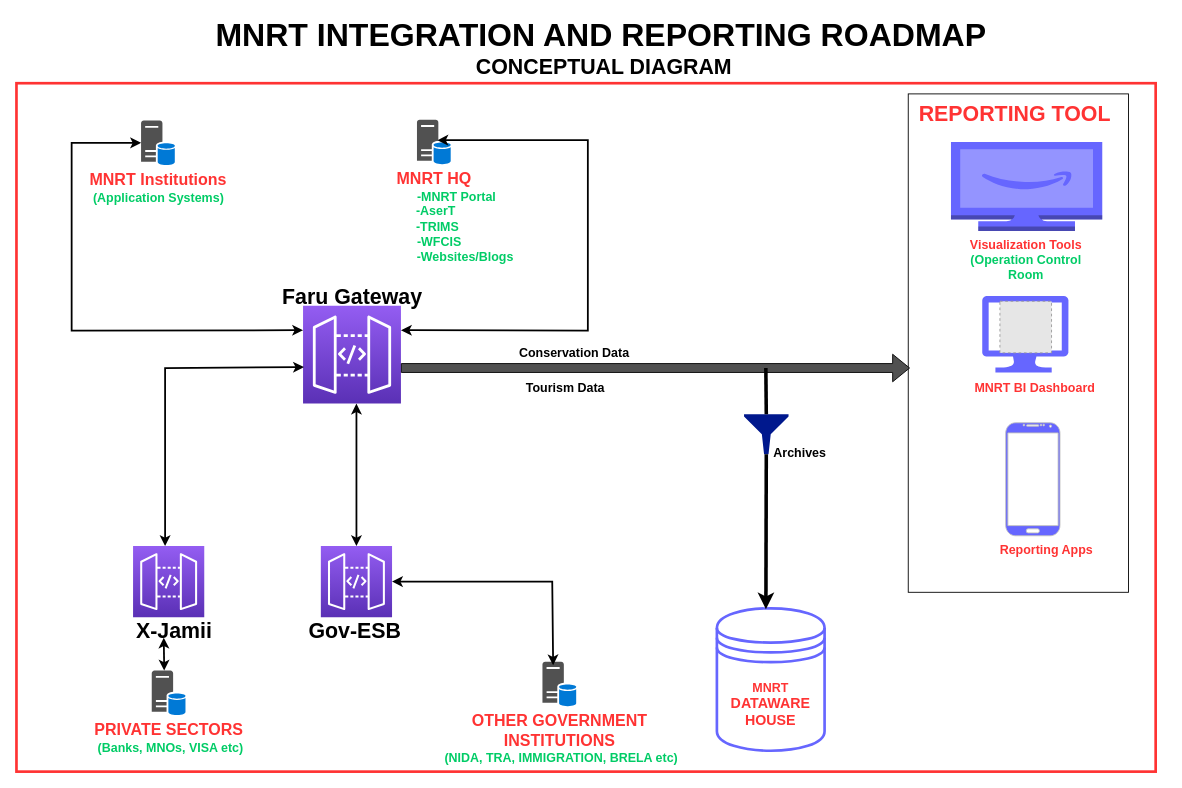
The draw.io diagram faru-gateway-sketch-template.drawio in MbalamulaS/tech-diagrams, before the edit. Source tidied: cells renumbered, new cells numbered last; positions are measured from the earlier drawing's top-left corner, leaving out a move shared by most shapes. Both pictures are drawn from the tidied source at 89%, with x=0, y=0 at pixel (16, 20). Pictures stored in the file or linked from it are replaced by grey dashed boxes.
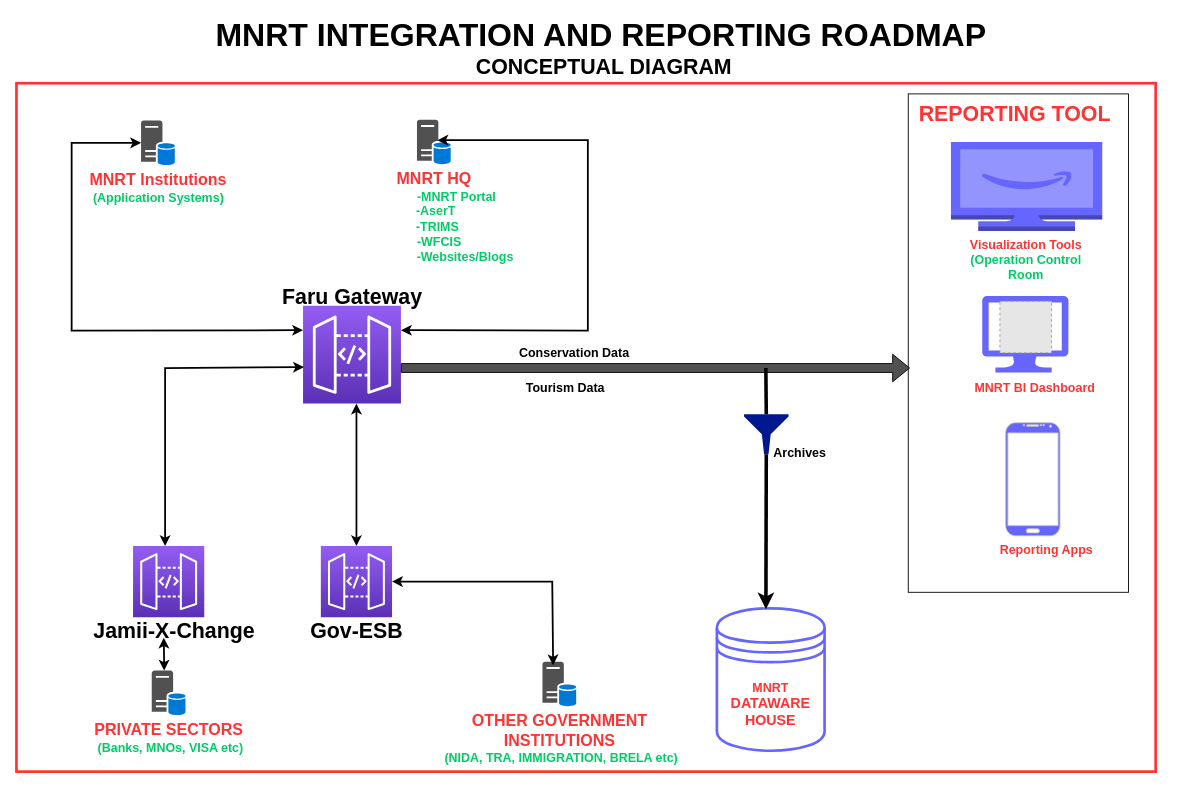
The same diagram, later.

The edit, as a diff of the source:
```diff
@@
     <mxCell id="11" value="&lt;font style=&quot;font-size: 24px;&quot;&gt;&lt;b&gt;Gov-ESB&lt;/b&gt;&lt;/font&gt;" style="text;html=1;align=center;verticalAlign=middle;strokeColor=none;fillColor=none;color=ffffff;" parent="1" vertex="1">
-      <mxGeometry x="315" y="666" width="130" height="40" as="geometry" />
+      <mxGeometry x="317" y="666" width="130" height="40" as="geometry" />
     </mxCell>
@@
-    <mxCell id="34" value="&lt;font style=&quot;font-size: 24px;&quot;&gt;&lt;b&gt;X-Jamii&lt;/b&gt;&lt;/font&gt;" style="text;html=1;align=center;verticalAlign=middle;strokeColor=none;fillColor=none;color=ffffff;" parent="1" vertex="1">
-      <mxGeometry x="122" y="666" width="110" height="40" as="geometry" />
+    <mxCell id="34" value="&lt;font style=&quot;font-size: 24px;&quot;&gt;&lt;b&gt;Jamii-&lt;/b&gt;&lt;/font&gt;&lt;font style=&quot;font-size: 24px;&quot;&gt;&lt;b&gt;X-Change&lt;/b&gt;&lt;/font&gt;" style="text;html=1;align=center;verticalAlign=middle;strokeColor=none;fillColor=none;color=ffffff;" parent="1" vertex="1">
+      <mxGeometry x="77" y="666" width="200" height="40" as="geometry" />
     </mxCell>
```
